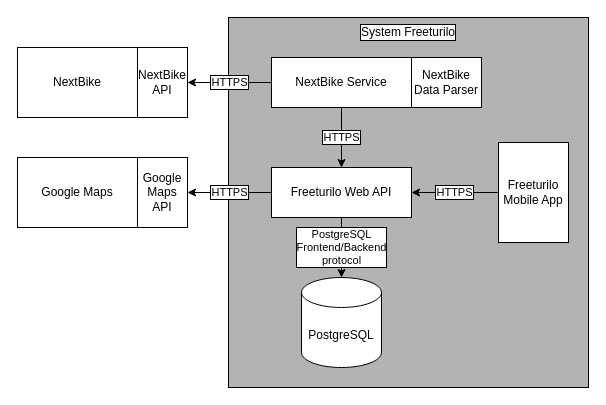
Earlier version of the draw.io diagram diagramy/komunikacja.drawio (Freeturilo/FreeturiloDocumentation). Source tidied: cells renumbered, new cells numbered last; positions are measured from the earlier drawing's top-left corner, leaving out a move shared by most shapes. Both pictures are drawn from the tidied source at 100%, with x=0, y=0 at pixel (17, 17).
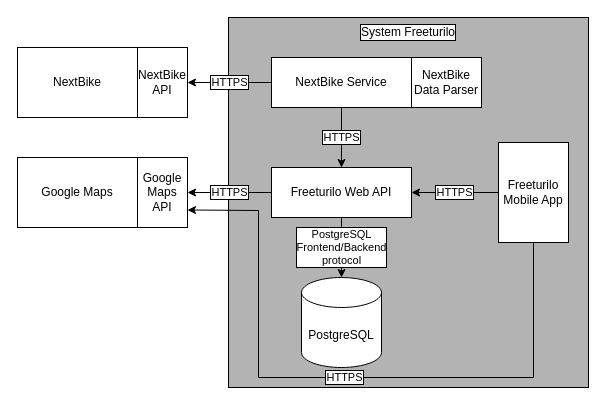
The same page after the edit.

Unchanged cells that the change refers to:
```xml
<mxCell id="6" value="Freeturilo Mobile App" style="rounded=0;whiteSpace=wrap;html=1;" parent="1" vertex="1">
  <mxGeometry x="481" y="125" width="70" height="100" as="geometry" />
</mxCell>
<mxCell id="7" value="&lt;div&gt;Google Maps API&lt;/div&gt;" style="rounded=0;whiteSpace=wrap;html=1;direction=north;" parent="1" vertex="1">
  <mxGeometry x="120" y="140" width="50" height="70" as="geometry" />
</mxCell>
```

The edit, as a diff of the source:
```diff
@@
+    <mxCell id="18" value="HTTPS" style="edgeStyle=none;rounded=0;jettySize=auto;html=1;exitX=0.5;exitY=1;exitDx=0;exitDy=0;entryX=0.25;entryY=1;entryDx=0;entryDy=0;startArrow=none;startFill=0;labelBorderColor=#000000;" parent="1" edge="1" source="6" target="7">
+      <mxGeometry relative="1" as="geometry">
+        <Array as="points">
+          <mxPoint x="516" y="360" />
+          <mxPoint x="241" y="360" />
+          <mxPoint x="241" y="193" />
+        </Array>
+      </mxGeometry>
+    </mxCell>
```
